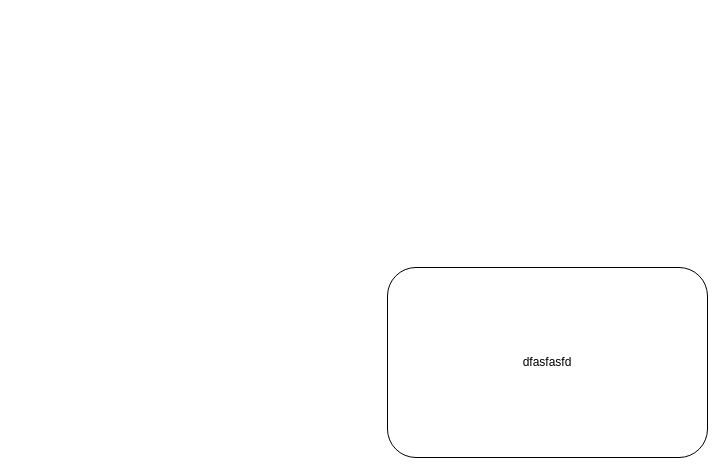
K-Alex-N/draw_io keeps this draw.io diagram as ISTQB.drawio. Above is the earlier version. Source tidied: cells renumbered, new cells numbered last; positions are measured from the earlier drawing's top-left corner, leaving out a move shared by most shapes. Both pictures are drawn from the tidied source at 100%, with x=0, y=0 at pixel (387, 267).
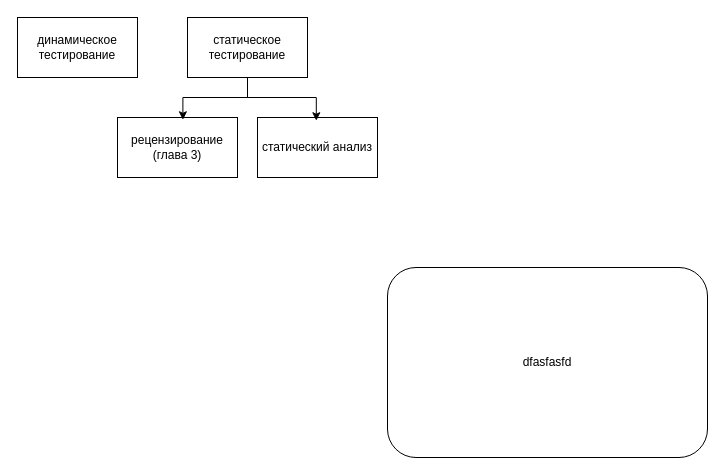
After the change.

Change to the diagram source:
```diff
@@
 <mxGraphModel>
   <root>
     <mxCell id="0" />
     <mxCell id="1" parent="0" />
     <mxCell id="2" value="dfasfasfd" style="rounded=1;whiteSpace=wrap;html=1;" parent="1" vertex="1">
       <mxGeometry width="320" height="190" as="geometry" />
     </mxCell>
+    <mxCell id="3" value="статическое тестирование" style="rounded=0;whiteSpace=wrap;html=1;" parent="1" vertex="1">
+      <mxGeometry x="-200" y="-250" width="120" height="60" as="geometry" />
+    </mxCell>
+    <mxCell id="4" value="динамическое тестирование" style="rounded=0;whiteSpace=wrap;html=1;" parent="1" vertex="1">
+      <mxGeometry x="-370" y="-250" width="120" height="60" as="geometry" />
+    </mxCell>
+    <mxCell id="5" value="рецензирование (глава 3)" style="rounded=0;whiteSpace=wrap;html=1;" parent="1" vertex="1">
+      <mxGeometry x="-270" y="-150" width="120" height="60" as="geometry" />
+    </mxCell>
+    <mxCell id="6" value="статический анализ" style="rounded=0;whiteSpace=wrap;html=1;" parent="1" vertex="1">
+      <mxGeometry x="-130" y="-150" width="120" height="60" as="geometry" />
+    </mxCell>
+    <mxCell id="7" style="edgeStyle=orthogonalEdgeStyle;rounded=0;jettySize=auto;html=1;entryX=0.545;entryY=0.038;entryDx=0;entryDy=0;entryPerimeter=0;" parent="1" edge="1" source="3" target="5">
+      <mxGeometry relative="1" as="geometry" />
+    </mxCell>
+    <mxCell id="8" style="edgeStyle=orthogonalEdgeStyle;rounded=0;jettySize=auto;html=1;entryX=0.49;entryY=0.054;entryDx=0;entryDy=0;entryPerimeter=0;" parent="1" edge="1" source="3" target="6">
+      <mxGeometry relative="1" as="geometry" />
+    </mxCell>
   </root>
 </mxGraphModel>
```
